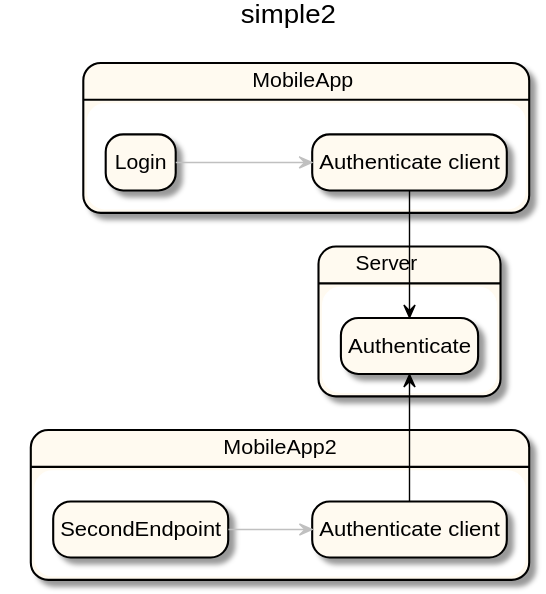
Earlier version of the PlantUML export docs/simple2EPA_integration.svg (anz-bank/sysl-catalog).
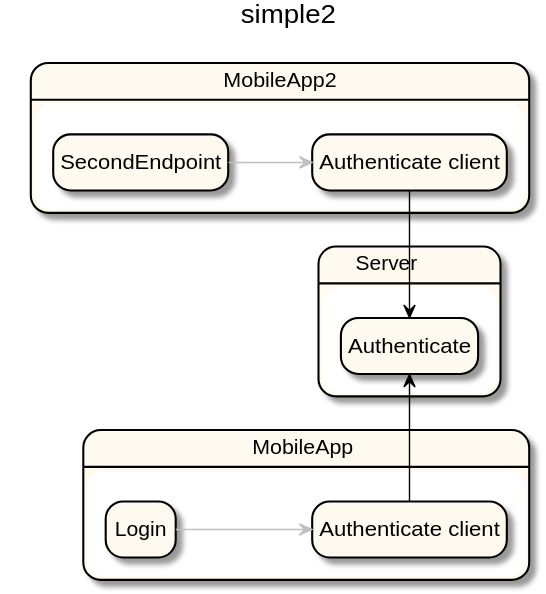
After the commit.

What changed in the source:
```diff
@@ -21,8 +21,8 @@
 state "Server" as X_2 <<highlight>> {
   state "Authenticate" as _4 <<highlight>>
 }
+_1 -[#silver]-> _0
+_0 -[#black]> _4
 _3 -[#silver]-> _2
 _2 -[#black]> _4
-_1 -[#silver]-> _0
-_0 -[#black]> _4
 @enduml
```
